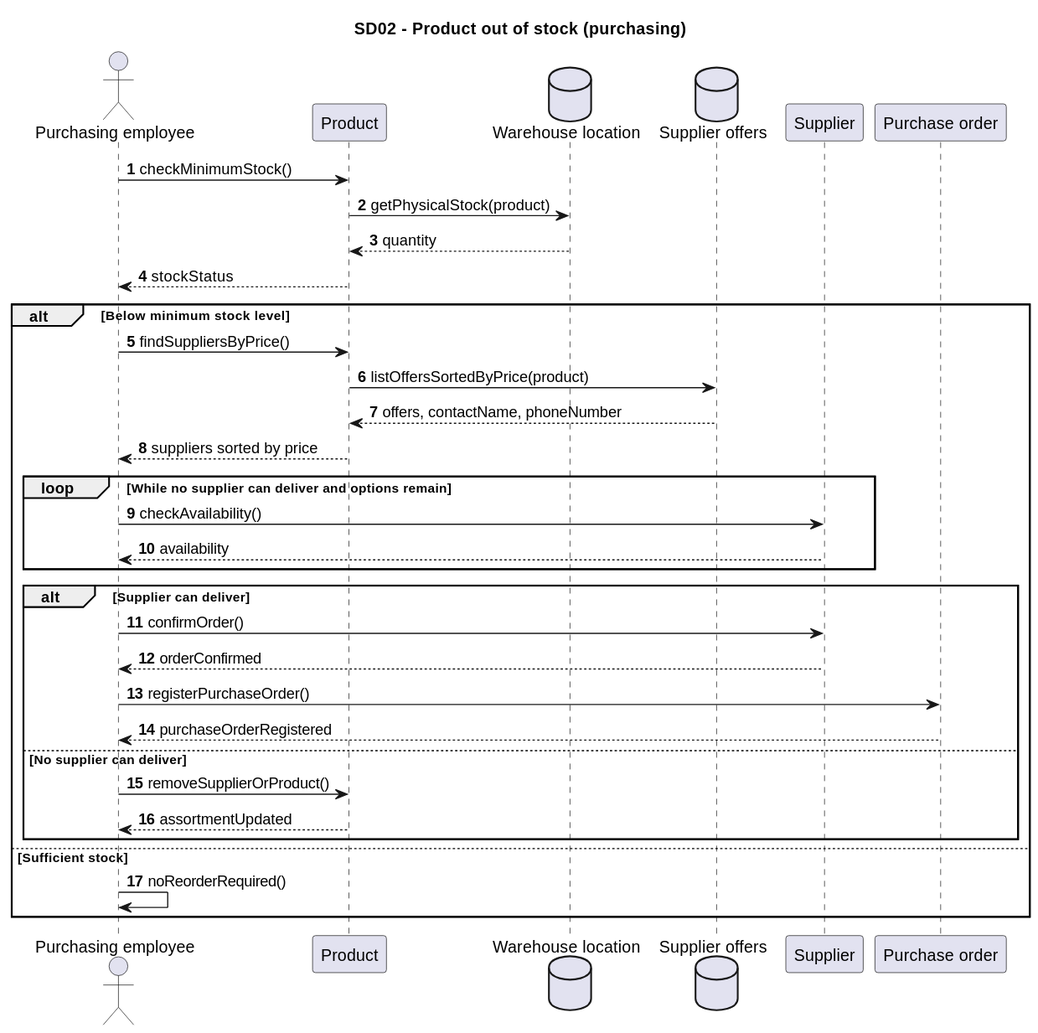
Before: Documentation/Architecture/uml/export/sequence_diagrams/SD02_ProductNietOpVoorraad.svg, a diagram exported from PlantUML (ViktorQorri/Project-Timaflu).
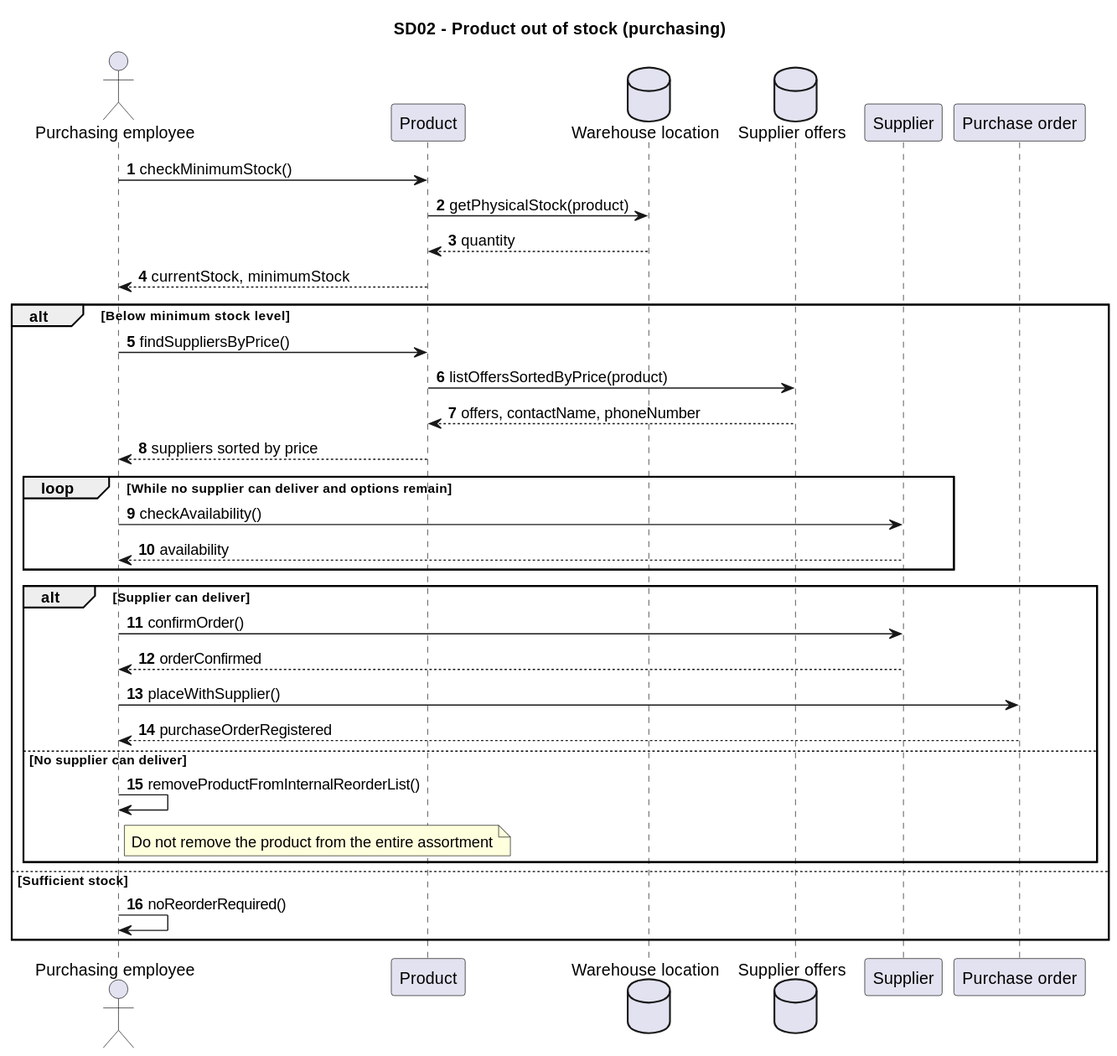
Later version of the same file.

Diff of the diagram source:
```diff
@@ -12,7 +12,7 @@
 I -> P: checkMinimumStock()
 P -> M: getPhysicalStock(product)
 M --> P: quantity
-P --> I: stockStatus
+P --> I: currentStock, minimumStock
 alt Below minimum stock level
   I -> P: findSuppliersByPrice()
   P -> A: listOffersSortedByPrice(product)
@@ -25,11 +25,11 @@
   alt Supplier can deliver
     I -> L: confirmOrder()
     L --> I: orderConfirmed
-    I -> PO: registerPurchaseOrder()
+    I -> PO: placeWithSupplier()
     PO --> I: purchaseOrderRegistered
   else No supplier can deliver
-    I -> P: removeSupplierOrProduct()
-    P --> I: assortmentUpdated
+    I -> I: removeProductFromInternalReorderList()
+    note right of I: Do not remove the product from the entire assortment
   end
 else Sufficient stock
   I -> I: noReorderRequired()
```
